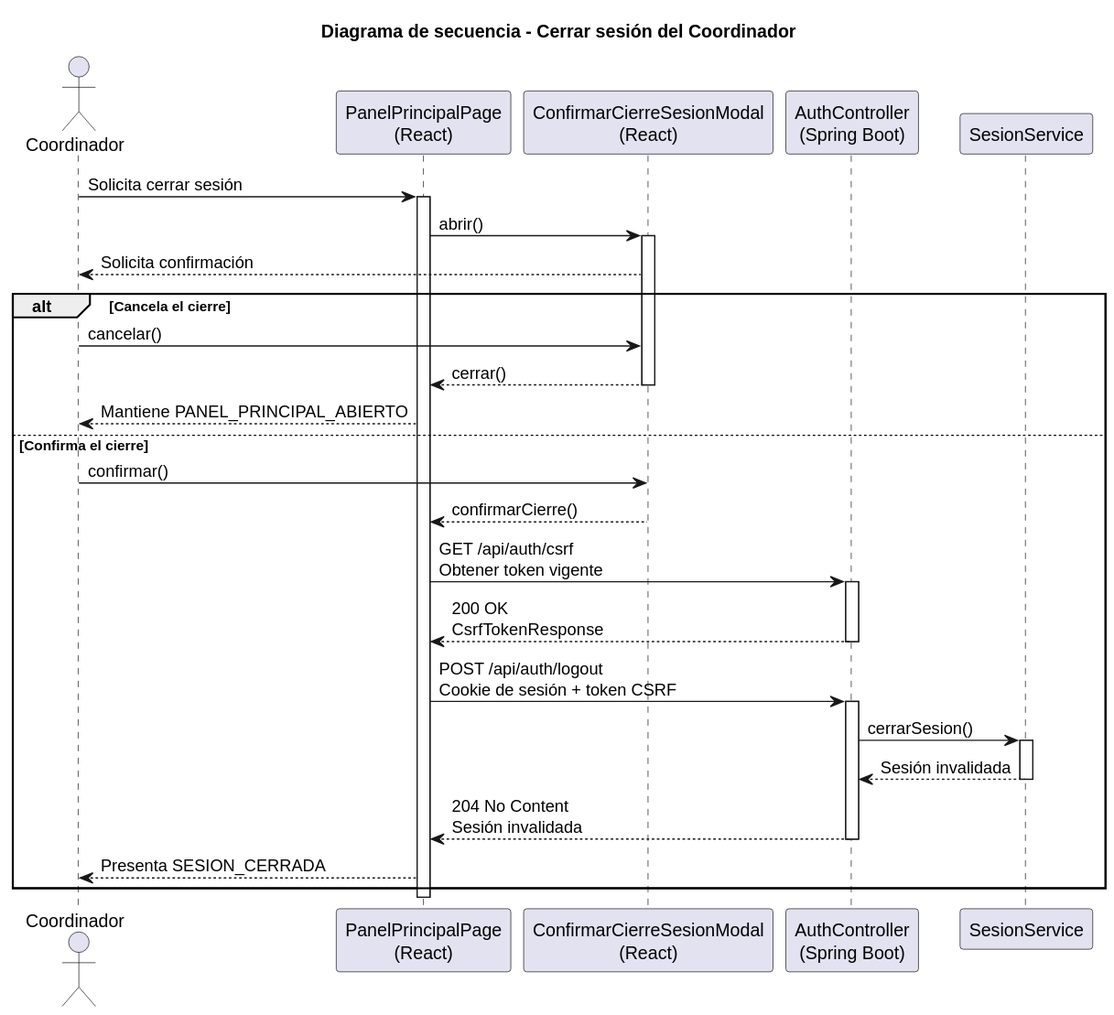
beatriizorozco/25-26-idsw2-sdVC keeps this PlantUML diagram as images/RUP/02-diseño/casos-uso/coordinador/cerrarSesion/secuencia.svg. Above is the earlier version.
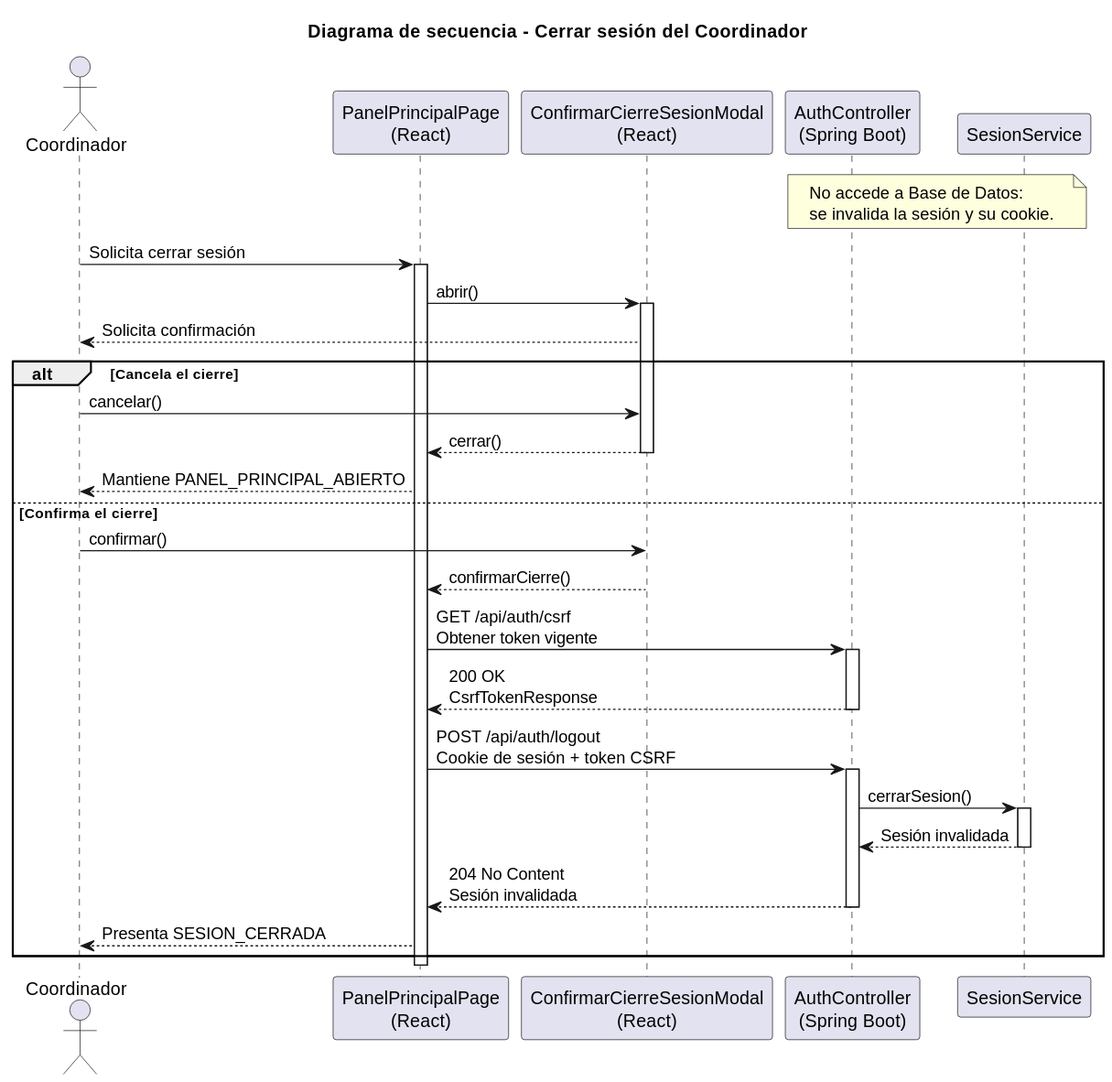
Later version of the same file.

What changed in the source:
```diff
@@ -6,6 +6,11 @@
 participant "ConfirmarCierreSesionModal\n(React)" as Modal
 participant "AuthController\n(Spring Boot)" as Api
 participant "SesionService" as Sesion
+
+note over Api, Sesion
+No accede a Base de Datos:
+se invalida la sesión y su cookie.
+end note
 
 Coordinador -> Frontend: Solicita cerrar sesión
 activate Frontend
```
